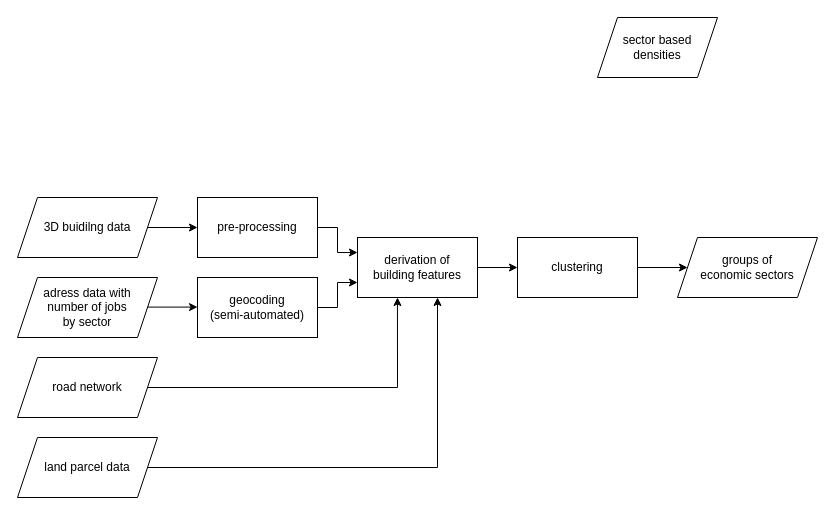
Earlier version of the draw.io diagram agile_001_flowchart.drawio (traveller195/draw_io). Source tidied: cells renumbered, new cells numbered last; positions are measured from the earlier drawing's top-left corner, leaving out a move shared by most shapes. Both pictures are drawn from the tidied source at 100%, with x=0, y=0 at pixel (17, 17).
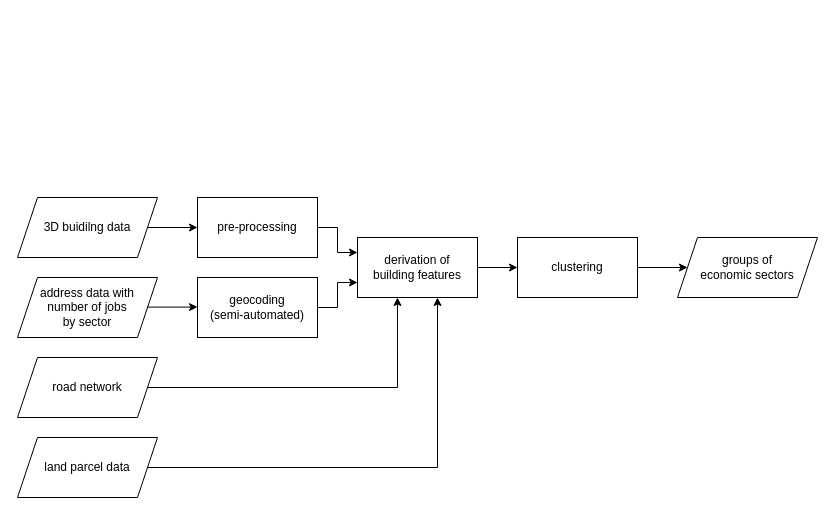
After the change.

Change to the diagram source:
```diff
@@
-    <mxCell id="5" value="&lt;div&gt;adress data with &lt;br&gt;&lt;/div&gt;&lt;div&gt;number of jobs &lt;br&gt;&lt;/div&gt;&lt;div&gt;by sector&lt;br&gt;&lt;/div&gt;" style="shape=parallelogram;perimeter=parallelogramPerimeter;whiteSpace=wrap;html=1;fixedSize=1;" parent="1" vertex="1">
+    <mxCell id="5" value="&lt;div&gt;address data with &lt;br&gt;&lt;/div&gt;&lt;div&gt;number of jobs &lt;br&gt;&lt;/div&gt;&lt;div&gt;by sector&lt;br&gt;&lt;/div&gt;" style="shape=parallelogram;perimeter=parallelogramPerimeter;whiteSpace=wrap;html=1;fixedSize=1;" parent="1" vertex="1">
       <mxGeometry y="260" width="140" height="60" as="geometry" />
     </mxCell>
-    <mxCell id="6" value="&lt;div&gt;sector based&lt;/div&gt;&lt;div&gt;densities&lt;br&gt;&lt;/div&gt;" style="shape=parallelogram;perimeter=parallelogramPerimeter;whiteSpace=wrap;html=1;fixedSize=1;" parent="1" vertex="1">
-      <mxGeometry x="580" width="120" height="60" as="geometry" />
-    </mxCell>
```
